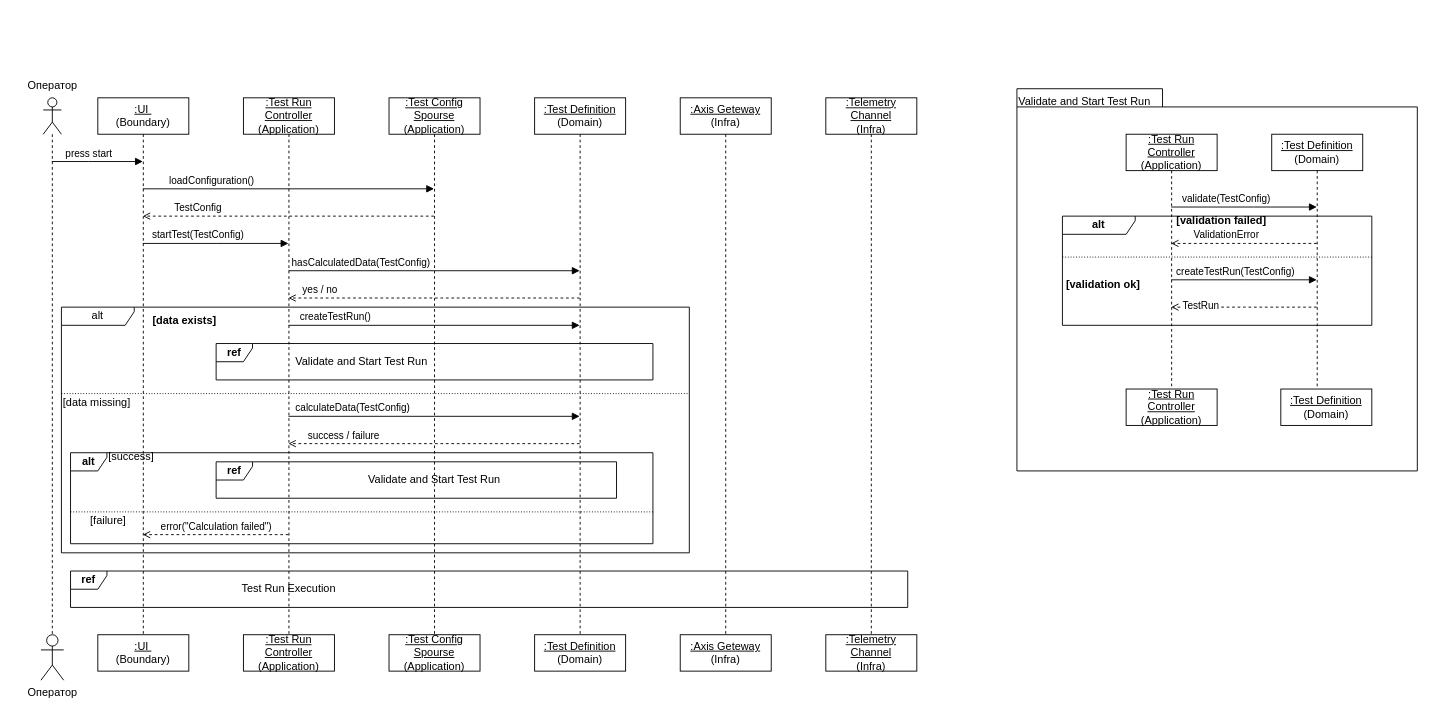
This is page "ДП - Запуск испытания" (5 of 6) of docs/diagrams/analytics-artifacts.drawio from TarkWight/uas-test-system, a draw.io file, before an edit. Source tidied: cells renumbered, new cells numbered last; positions are measured from the earlier drawing's top-left corner, leaving out a move shared by most shapes. Both pictures are drawn from the tidied source at 91%, with x=0, y=0 at pixel (15, 74).
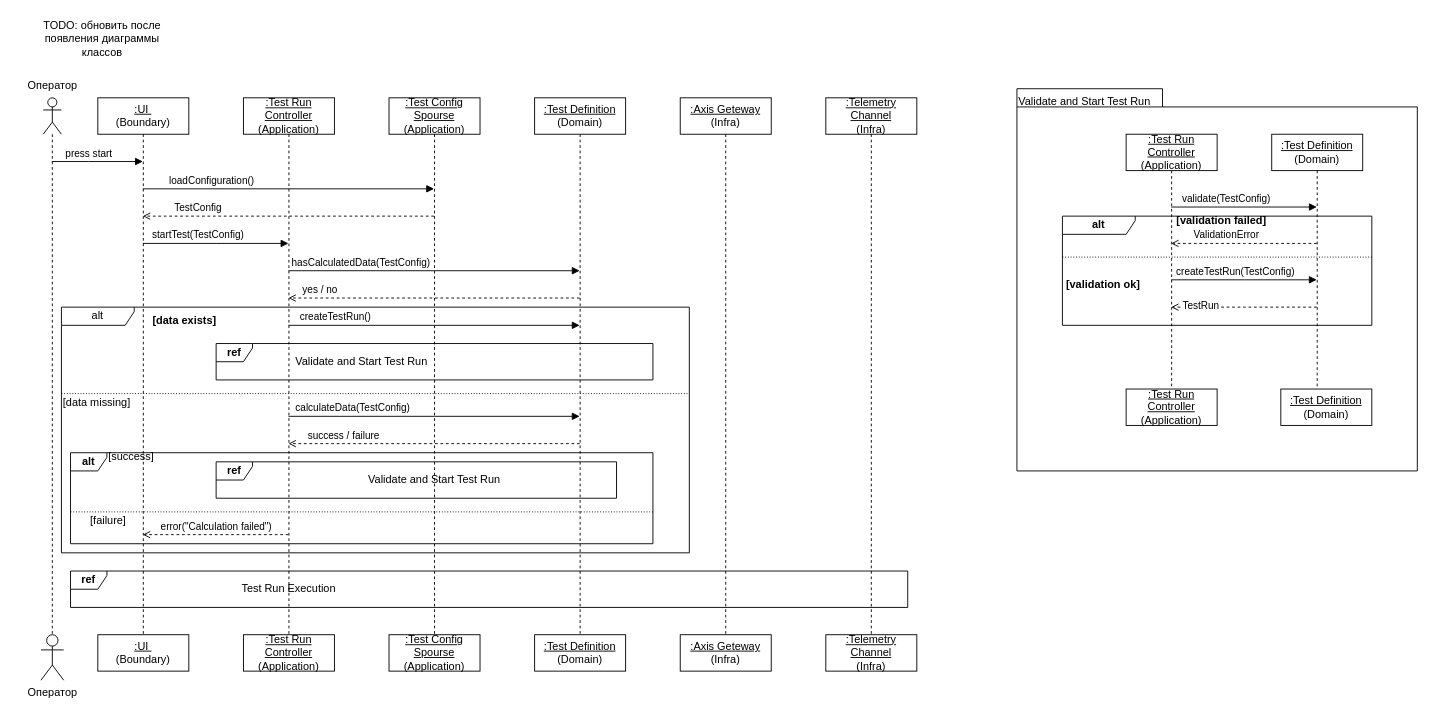
After the change.

Commit message:
? update SeqD: add todo

What changed in the source:
```diff
@@
+    <mxCell id="69" value="TODO: обновить после появления диаграммы классов" style="text;html=1;whiteSpace=wrap;strokeColor=none;fillColor=none;align=center;verticalAlign=middle;rounded=0;" parent="1" vertex="1">
+      <mxGeometry x="20" y="-64" width="150" height="50" as="geometry" />
+    </mxCell>
```
